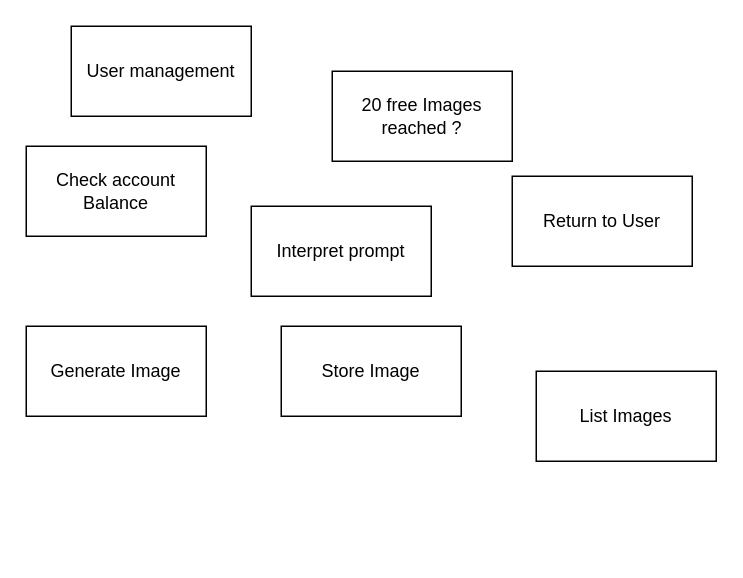
rothexD/AdvancedModeling keeps this draw.io diagram as Usage.drawio. Above is the earlier version. Source tidied: cells renumbered, new cells numbered last; positions are measured from the earlier drawing's top-left corner, leaving out a move shared by most shapes. Both pictures are drawn from the tidied source at 150%, with x=0, y=0 at pixel (26, 26).
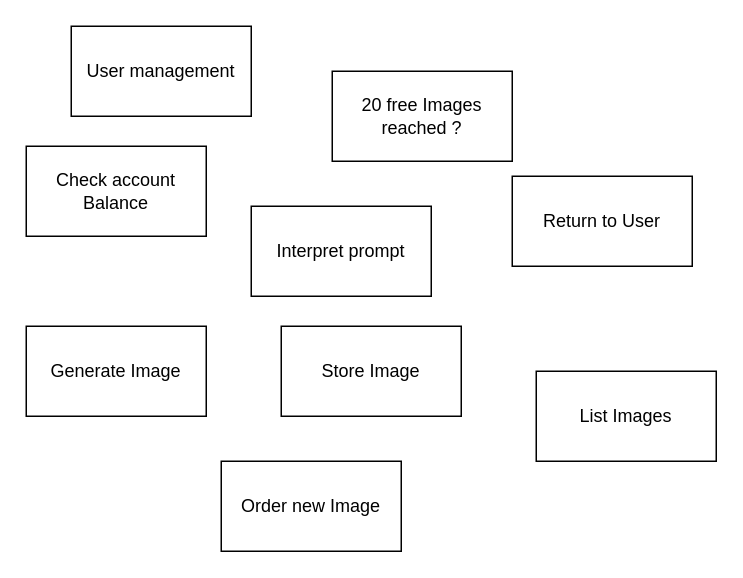
After the change.

What changed in the source:
```diff
@@
 <mxGraphModel>
   <root>
     <mxCell id="0" />
     <mxCell id="1" parent="0" />
     <mxCell id="2" value="20 free Images reached ?" style="rounded=0;whiteSpace=wrap;html=1;" parent="1" vertex="1">
       <mxGeometry x="204" y="30" width="120" height="60" as="geometry" />
     </mxCell>
     <mxCell id="3" value="Interpret prompt" style="rounded=0;whiteSpace=wrap;html=1;" parent="1" vertex="1">
       <mxGeometry x="150" y="120" width="120" height="60" as="geometry" />
     </mxCell>
     <mxCell id="4" value="Generate Image" style="rounded=0;whiteSpace=wrap;html=1;" parent="1" vertex="1">
       <mxGeometry y="200" width="120" height="60" as="geometry" />
     </mxCell>
     <mxCell id="5" value="Store Image" style="rounded=0;whiteSpace=wrap;html=1;" parent="1" vertex="1">
       <mxGeometry x="170" y="200" width="120" height="60" as="geometry" />
     </mxCell>
     <mxCell id="6" value="Return to User" style="rounded=0;whiteSpace=wrap;html=1;" parent="1" vertex="1">
       <mxGeometry x="324" y="100" width="120" height="60" as="geometry" />
     </mxCell>
     <mxCell id="7" value="Check account Balance" style="rounded=0;whiteSpace=wrap;html=1;" parent="1" vertex="1">
       <mxGeometry y="80" width="120" height="60" as="geometry" />
     </mxCell>
     <mxCell id="8" value="List Images" style="rounded=0;whiteSpace=wrap;html=1;" parent="1" vertex="1">
       <mxGeometry x="340" y="230" width="120" height="60" as="geometry" />
     </mxCell>
     <mxCell id="9" value="User management" style="rounded=0;whiteSpace=wrap;html=1;" parent="1" vertex="1">
       <mxGeometry x="30" width="120" height="60" as="geometry" />
     </mxCell>
+    <mxCell id="10" value="Order new Image" style="rounded=0;whiteSpace=wrap;html=1;" parent="1" vertex="1">
+      <mxGeometry x="130" y="290" width="120" height="60" as="geometry" />
+    </mxCell>
   </root>
 </mxGraphModel>
```
